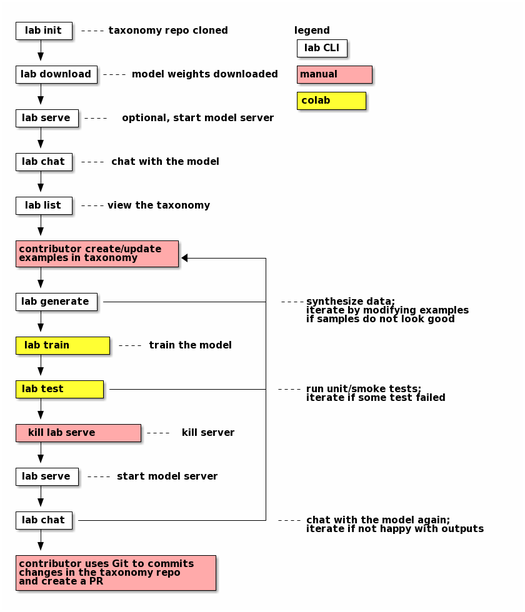
The PlantUML diagram docs/workflow.png in instructlab/instructlab, before a commit. Its source is kept beside it as docs/workflow.puml.
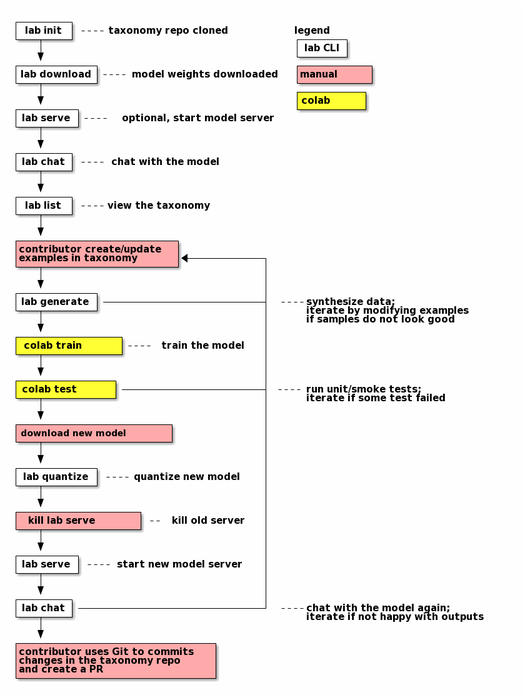
The same diagram one commit later.

Commit message:
chore: indicate quantization

Diff of the diagram source:
```diff
@@ -35,23 +35,33 @@
 +---+--------+                          |      iterate by modifying examples
     |                                   |      if samples do not look good
     v                                   |
-+---+----------+                        |
-|lab train cYEL|-=---train the model    |
-+---+----------+                        |
++---+------------+                      |
+|colab train cYEL|-=---train the model  |
++---+------------+                      |
     |                                   |
     v                                   |
-+---+---------+                         |
-|lab test cYEL|-------------------------+ -=---run unit/smoke tests;
-+---+---------+                         |      iterate if some test failed
++---+-----------+                       |
+|colab test cYEL|-----------------------+ -=---run unit/smoke tests;
++---+-----------+                       |      iterate if some test failed
+    |                                   |
+    v                                   |
++---+--------------------+              |
+|download new model cPNK |              |
++---+--------------------+              |
+    |                                   |
+    v                                   |
++---+--------+                          |
+|lab quantize|-=---quantize new model   |
++---+--------+                          |
     |                                   |
     v                                   |
 +---+---------------+                   |
-|kill lab serve cPNK|-=---kill server   |
+|kill lab serve cPNK|-=-kill old server |
 +---+---------------+                   |
     |                                   |
     v                                   |
 +---+-----+                             |
-|lab serve|-=---start model server      |
+|lab serve|-=---start new model server  |
 +---+-----+                             |
     |                                   |
     v                                   |
```
